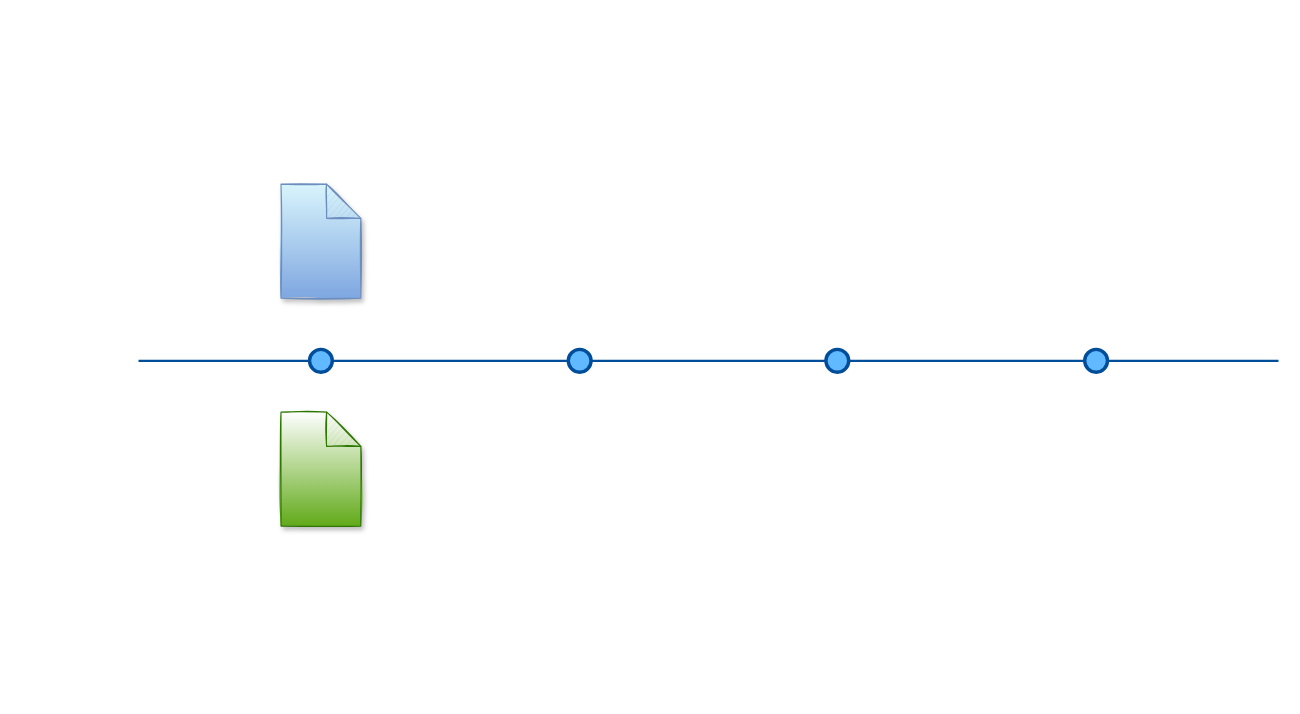
Before: Flowcharts/Untitled Diagram.drawio in JTaal/bioinformatic_scripts, a draw.io diagram. Source tidied: cells renumbered, new cells numbered last; positions are measured from the earlier drawing's top-left corner, leaving out a move shared by most shapes. Both pictures are drawn from the tidied source at 114%, with x=0, y=0 at pixel (138, 184).
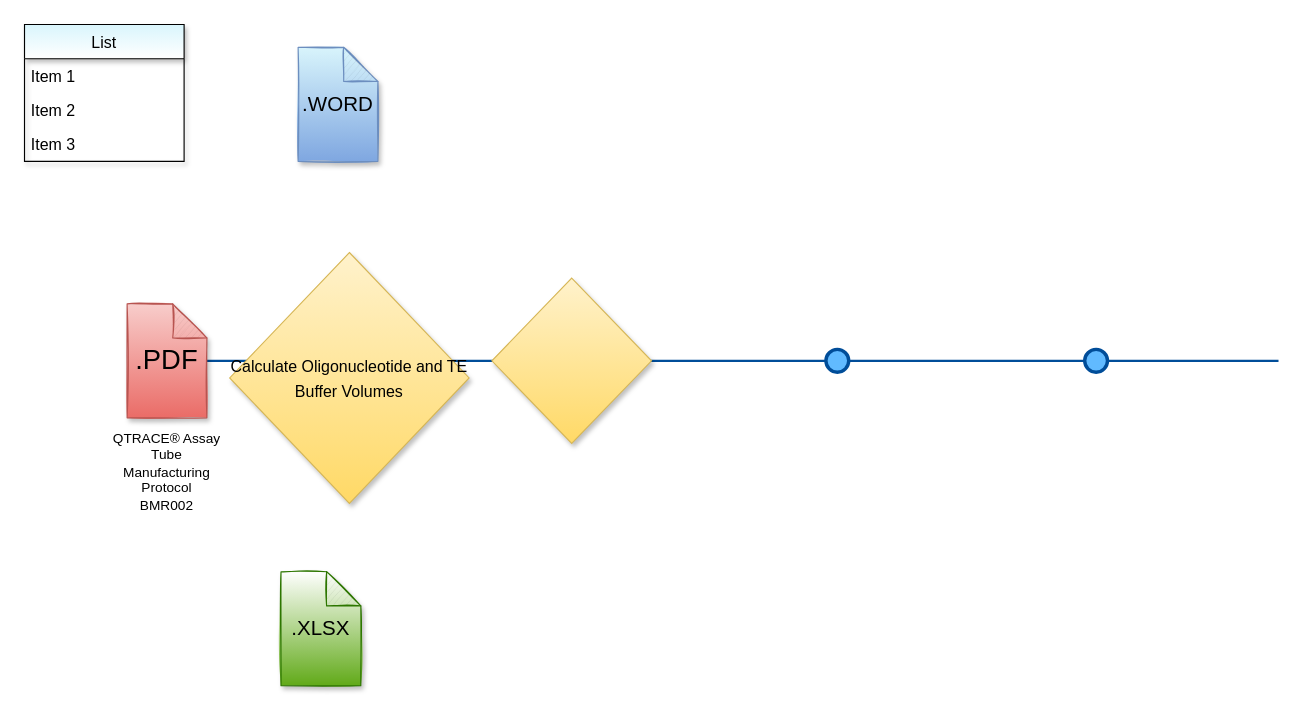
The same page after the edit.

Diff of the diagram source:
```diff
@@
 <mxGraphModel>
   <root>
     <mxCell id="0" />
     <mxCell id="1" parent="0" />
     <mxCell id="2" style="line;strokeWidth=2;html=1;fillColor=none;fontSize=28;fontColor=#004D99;strokeColor=#004D99;" parent="1" vertex="1">
-      <mxGeometry y="150" width="1000" height="10" as="geometry" />
+      <mxGeometry x="60" y="150" width="940" height="10" as="geometry" />
     </mxCell>
     <mxCell id="3" style="ellipse;whiteSpace=wrap;html=1;fillColor=#61BAFF;fontSize=28;fontColor=#004D99;strokeWidth=3;strokeColor=#004D99;" parent="1" vertex="1">
       <mxGeometry x="150" y="145" width="20" height="20" as="geometry" />
     </mxCell>
     <mxCell id="4" style="ellipse;whiteSpace=wrap;html=1;fillColor=#61BAFF;fontSize=28;fontColor=#004D99;strokeWidth=3;strokeColor=#004D99;" parent="1" vertex="1">
       <mxGeometry x="377" y="145" width="20" height="20" as="geometry" />
     </mxCell>
     <mxCell id="5" style="ellipse;whiteSpace=wrap;html=1;fillColor=#61BAFF;fontSize=28;fontColor=#004D99;strokeWidth=3;strokeColor=#004D99;" parent="1" vertex="1">
       <mxGeometry x="603" y="145" width="20" height="20" as="geometry" />
     </mxCell>
     <mxCell id="6" style="ellipse;whiteSpace=wrap;html=1;fillColor=#61BAFF;fontSize=28;fontColor=#004D99;strokeWidth=3;strokeColor=#004D99;" parent="1" vertex="1">
       <mxGeometry x="830" y="145" width="20" height="20" as="geometry" />
     </mxCell>
-    <mxCell id="7" style="shape=note;whiteSpace=wrap;html=1;backgroundOutline=1;darkOpacity=0.05;sketch=1;fillColor=#60a917;strokeColor=#2D7600;fontColor=#ffffff;shadow=1;gradientColor=#ffffff;gradientDirection=north;" parent="1" vertex="1">
-      <mxGeometry x="125" y="200" width="70" height="100" as="geometry" />
+    <mxCell id="7" value="&lt;font style=&quot;font-size: 18px;&quot;&gt;&lt;span style=&quot;color: rgb(0, 0, 0);&quot;&gt;.XLSX&lt;/span&gt;&lt;/font&gt;" style="shape=note;whiteSpace=wrap;html=1;backgroundOutline=1;darkOpacity=0.05;sketch=1;fillColor=#60a917;strokeColor=#2D7600;fontColor=#ffffff;shadow=1;gradientColor=#ffffff;gradientDirection=north;" parent="1" vertex="1">
+      <mxGeometry x="125" y="340" width="70" height="100" as="geometry" />
     </mxCell>
-    <mxCell id="8" style="shape=note;whiteSpace=wrap;html=1;backgroundOutline=1;darkOpacity=0.05;sketch=1;fillColor=#D9F5FC;strokeColor=#6c8ebf;shadow=1;gradientDirection=south;gradientColor=#7ea6e0;" parent="1" vertex="1">
-      <mxGeometry x="125" width="70" height="100" as="geometry" />
+    <mxCell id="8" value="&lt;font style=&quot;font-size: 18px;&quot;&gt;.WORD&lt;/font&gt;" style="shape=note;whiteSpace=wrap;html=1;backgroundOutline=1;darkOpacity=0.05;sketch=1;fillColor=#D9F5FC;strokeColor=#6c8ebf;shadow=1;gradientDirection=south;gradientColor=#7ea6e0;" parent="1" vertex="1">
+      <mxGeometry x="140" y="-120" width="70" height="100" as="geometry" />
     </mxCell>
+    <mxCell id="9" value="&lt;font style=&quot;font-size: 24px;&quot;&gt;.PDF&lt;/font&gt;" style="shape=note;whiteSpace=wrap;html=1;backgroundOutline=1;darkOpacity=0.05;sketch=1;fillColor=#f8cecc;strokeColor=#b85450;shadow=1;gradientDirection=south;gradientColor=#ea6b66;" parent="1" vertex="1">
+      <mxGeometry x="-10" y="105" width="70" height="100" as="geometry" />
+    </mxCell>
+    <mxCell id="10" value="QTRACE® Assay Tube&lt;br&gt;Manufacturing Protocol&lt;br&gt;BMR002" style="text;whiteSpace=wrap;html=1;align=center;" parent="1" vertex="1">
+      <mxGeometry x="-35" y="210" width="120" height="80" as="geometry" />
+    </mxCell>
+    <mxCell id="11" value="&lt;font style=&quot;font-size: 14px;&quot;&gt;Calculate Oligonucleotide and TE Buffer Volumes&lt;/font&gt;" style="rhombus;whiteSpace=wrap;html=1;shadow=1;sketch=0;fontFamily=Helvetica;fontSize=18;fillColor=#fff2cc;gradientColor=#ffd966;gradientDirection=south;strokeColor=#d6b656;align=center;" parent="1" vertex="1">
+      <mxGeometry x="80" y="60" width="210" height="220" as="geometry" />
+    </mxCell>
+    <mxCell id="12" style="rhombus;whiteSpace=wrap;html=1;shadow=1;sketch=0;fontFamily=Helvetica;fontSize=18;fillColor=#fff2cc;gradientDirection=south;strokeColor=#d6b656;gradientColor=#ffd966;" parent="1" vertex="1">
+      <mxGeometry x="310" y="82.5" width="140" height="145" as="geometry" />
+    </mxCell>
+    <mxCell id="13" value="List" style="swimlane;fontStyle=0;horizontal=1;startSize=30;shadow=1;sketch=0;fontFamily=Helvetica;fontSize=14;fillColor=#D9F5FC;gradientColor=#ffffff;gradientDirection=south;" parent="1" vertex="1">
+      <mxGeometry x="-100" y="-140" width="140" height="120" as="geometry" />
+    </mxCell>
+    <mxCell id="14" value="Item 1" style="text;strokeColor=none;fillColor=none;align=left;verticalAlign=middle;spacingLeft=4;spacingRight=4;overflow=hidden;shadow=1;sketch=0;fontFamily=Helvetica;fontSize=14;" parent="13" vertex="1">
+      <mxGeometry y="30" width="140" height="30" as="geometry" />
+    </mxCell>
+    <mxCell id="15" value="Item 2" style="text;strokeColor=none;fillColor=none;align=left;verticalAlign=middle;spacingLeft=4;spacingRight=4;overflow=hidden;shadow=1;sketch=0;fontFamily=Helvetica;fontSize=14;" parent="13" vertex="1">
+      <mxGeometry y="60" width="140" height="30" as="geometry" />
+    </mxCell>
+    <mxCell id="16" value="Item 3" style="text;strokeColor=none;fillColor=none;align=left;verticalAlign=middle;spacingLeft=4;spacingRight=4;overflow=hidden;shadow=1;sketch=0;fontFamily=Helvetica;fontSize=14;" parent="13" vertex="1">
+      <mxGeometry y="90" width="140" height="30" as="geometry" />
+    </mxCell>
   </root>
 </mxGraphModel>
```
